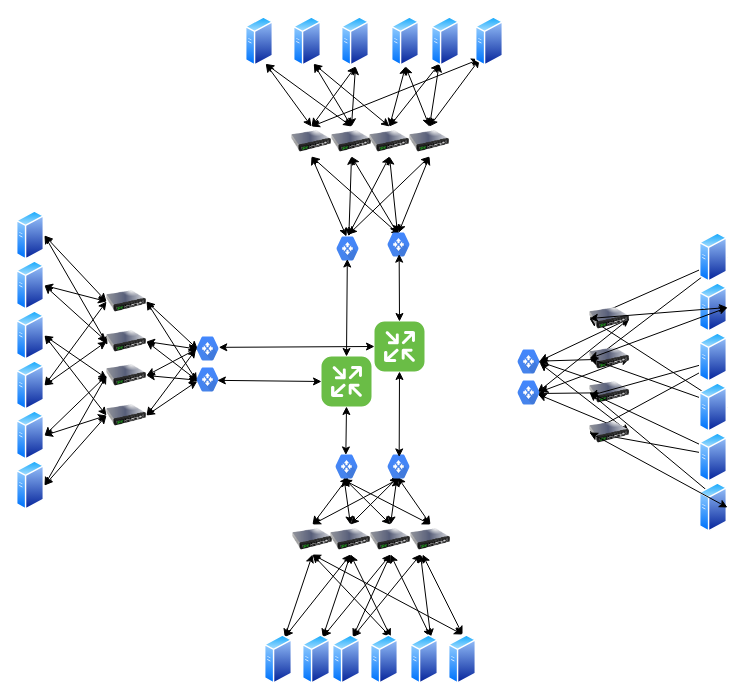
Above: pingmesh-path.drawio in sugchand/drawio (draw.io), before the change. Source tidied: cells renumbered, new cells numbered last; positions are measured from the earlier drawing's top-left corner, leaving out a move shared by most shapes. Both pictures are drawn from the tidied source at 100%, with x=0, y=0 at pixel (16, 16).
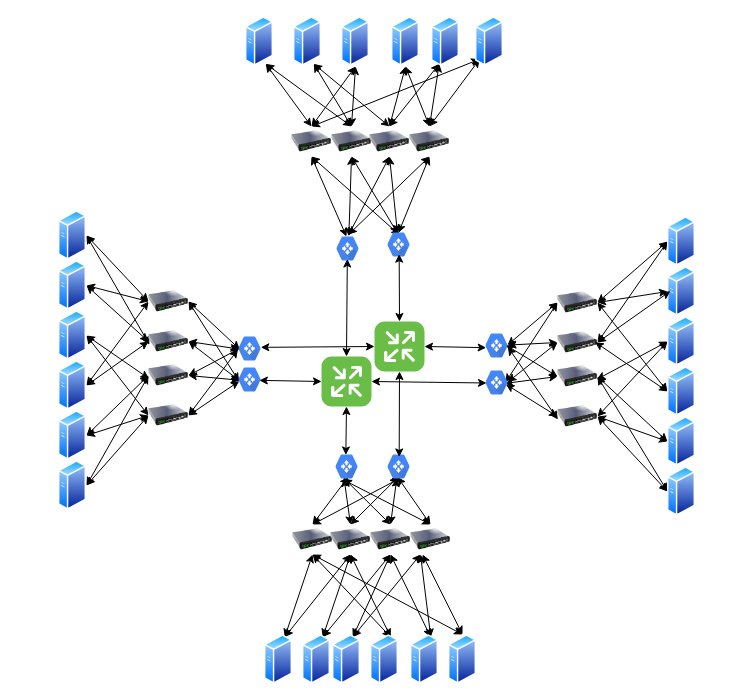
The same diagram, later.

Unchanged cells that the change refers to:
```xml
<mxCell id="92" style="verticalLabelPosition=bottom;html=1;fillColor=#6ABD46;verticalAlign=top;align=center;points=[[0.06,0.06,0],[0.94,0.06,0],[0.94,0.94,0],[0.06,0.94,0],[0.25,0,0],[0.5,0,0],[0.75,0,0],[1,0.25,0],[1,0.5,0],[1,0.75,0],[0.75,1,0],[0.5,1,0],[0.25,1,0],[0,0.75,0],[0,0.5,0],[0,0.25,0]];shape=mxgraph.cisco_safe.architecture.router;" parent="1" vertex="1">
  <mxGeometry x="305" y="340" width="50" height="50" as="geometry" />
</mxCell>
<mxCell id="93" style="verticalLabelPosition=bottom;html=1;fillColor=#6ABD46;verticalAlign=top;align=center;points=[[0.06,0.06,0],[0.94,0.06,0],[0.94,0.94,0],[0.06,0.94,0],[0.25,0,0],[0.5,0,0],[0.75,0,0],[1,0.25,0],[1,0.5,0],[1,0.75,0],[0.75,1,0],[0.5,1,0],[0.25,1,0],[0,0.75,0],[0,0.5,0],[0,0.25,0]];shape=mxgraph.cisco_safe.architecture.router;" parent="1" vertex="1">
  <mxGeometry x="358" y="305" width="50" height="50" as="geometry" />
</mxCell>
```

The edit, as a diff of the source:
```diff
@@
     <mxCell id="4" style="perimeter=ellipsePerimeter;html=1;align=center;shadow=0;dashed=0;spacingTop=3;image;image=img/lib/active_directory/generic_server.svg;" parent="1" vertex="1">
-      <mxGeometry y="194" width="28" height="50" as="geometry" />
+      <mxGeometry x="42" y="194" width="28" height="50" as="geometry" />
     </mxCell>
@@
     <mxCell id="9" style="image;html=1;labelBackgroundColor=#ffffff;image=img/lib/clip_art/networking/Switch_128x128.png;" parent="1" vertex="1">
-      <mxGeometry x="90" y="310" width="40" height="30" as="geometry" />
+      <mxGeometry x="132" y="310" width="40" height="30" as="geometry" />
     </mxCell>
@@
     <mxCell id="12" style="image;html=1;labelBackgroundColor=#ffffff;image=img/lib/clip_art/networking/Switch_128x128.png;" parent="1" vertex="1">
-      <mxGeometry x="90" y="344" width="40" height="30" as="geometry" />
+      <mxGeometry x="132" y="344" width="40" height="30" as="geometry" />
     </mxCell>
@@
     <mxCell id="15" style="perimeter=ellipsePerimeter;html=1;align=center;shadow=0;dashed=0;spacingTop=3;image;image=img/lib/active_directory/generic_server.svg;" parent="1" vertex="1">
-      <mxGeometry y="244" width="28" height="50" as="geometry" />
+      <mxGeometry x="42" y="244" width="28" height="50" as="geometry" />
     </mxCell>
@@
     <mxCell id="18" style="perimeter=ellipsePerimeter;html=1;align=center;shadow=0;dashed=0;spacingTop=3;image;image=img/lib/active_directory/generic_server.svg;" parent="1" vertex="1">
-      <mxGeometry y="294" width="28" height="50" as="geometry" />
+      <mxGeometry x="42" y="294" width="28" height="50" as="geometry" />
     </mxCell>
@@
     <mxCell id="21" style="perimeter=ellipsePerimeter;html=1;align=center;shadow=0;dashed=0;spacingTop=3;image;image=img/lib/active_directory/generic_server.svg;" parent="1" vertex="1">
-      <mxGeometry y="344" width="28" height="50" as="geometry" />
+      <mxGeometry x="42" y="344" width="28" height="50" as="geometry" />
     </mxCell>
@@
     <mxCell id="24" style="perimeter=ellipsePerimeter;html=1;align=center;shadow=0;dashed=0;spacingTop=3;image;image=img/lib/active_directory/generic_server.svg;" parent="1" vertex="1">
-      <mxGeometry y="394" width="28" height="50" as="geometry" />
+      <mxGeometry x="42" y="394" width="28" height="50" as="geometry" />
     </mxCell>
@@
     <mxCell id="26" style="perimeter=ellipsePerimeter;html=1;align=center;shadow=0;dashed=0;spacingTop=3;image;image=img/lib/active_directory/generic_server.svg;" parent="1" vertex="1">
-      <mxGeometry y="444" width="28" height="50" as="geometry" />
+      <mxGeometry x="42" y="444" width="28" height="50" as="geometry" />
     </mxCell>
     <mxCell id="27" style="shape=mxgraph.gcp.networking.cloud_router;html=1;fillColor=#4387FD;gradientColor=#4683EA;strokeColor=none;verticalLabelPosition=bottom;verticalAlign=top;align=center;" parent="1" vertex="1">
-      <mxGeometry x="180" y="351" width="22" height="24" as="geometry" />
+      <mxGeometry x="222" y="351" width="22" height="24" as="geometry" />
     </mxCell>
@@
     <mxCell id="100" style="image;html=1;labelBackgroundColor=#ffffff;image=img/lib/clip_art/networking/Switch_128x128.png;" parent="1" vertex="1">
-      <mxGeometry x="90" y="270" width="40" height="30" as="geometry" />
+      <mxGeometry x="132" y="270" width="40" height="30" as="geometry" />
     </mxCell>
@@
     <mxCell id="102" style="image;html=1;labelBackgroundColor=#ffffff;image=img/lib/clip_art/networking/Switch_128x128.png;" parent="1" vertex="1">
-      <mxGeometry x="90" y="384" width="40" height="30" as="geometry" />
+      <mxGeometry x="132" y="384" width="40" height="30" as="geometry" />
     </mxCell>
@@
     <mxCell id="104" style="shape=mxgraph.gcp.networking.cloud_router;html=1;fillColor=#4387FD;gradientColor=#4683EA;strokeColor=none;verticalLabelPosition=bottom;verticalAlign=top;align=center;" parent="1" vertex="1">
-      <mxGeometry x="180" y="320" width="22" height="24" as="geometry" />
+      <mxGeometry x="222" y="320" width="22" height="24" as="geometry" />
     </mxCell>
@@
-    <mxCell id="106" style="rounded=0;jettySize=auto;html=1;exitX=1;exitY=0.5;exitDx=0;exitDy=0;startArrow=classic;startFill=1;entryX=0;entryY=0.5;entryDx=0;entryDy=0;" parent="1" edge="1" source="108" target="132">
+    <mxCell id="106" style="rounded=0;jettySize=auto;html=1;exitX=0;exitY=0.5;exitDx=0;exitDy=0;startArrow=classic;startFill=1;entryX=1;entryY=0.5;entryDx=0;entryDy=0;" parent="1" edge="1" source="108" target="132">
       <mxGeometry relative="1" as="geometry" />
     </mxCell>
-    <mxCell id="107" style="edgeStyle=none;rounded=0;jettySize=auto;html=1;exitX=1;exitY=0.5;exitDx=0;exitDy=0;entryX=0.025;entryY=0.611;entryDx=0;entryDy=0;startArrow=classic;startFill=1;entryPerimeter=0;" parent="1" edge="1" source="108" target="113">
+    <mxCell id="107" style="edgeStyle=none;rounded=0;jettySize=auto;html=1;exitX=0;exitY=0.5;exitDx=0;exitDy=0;entryX=1;entryY=0.5;entryDx=0;entryDy=0;startArrow=classic;startFill=1;" parent="1" edge="1" source="108" target="113">
       <mxGeometry relative="1" as="geometry" />
     </mxCell>
     <mxCell id="108" style="perimeter=ellipsePerimeter;html=1;align=center;shadow=0;dashed=0;spacingTop=3;image;image=img/lib/active_directory/generic_server.svg;" parent="1" vertex="1">
-      <mxGeometry x="683" y="216" width="28" height="50" as="geometry" />
+      <mxGeometry x="651" y="200" width="28" height="50" as="geometry" />
     </mxCell>
-    <mxCell id="109" style="edgeStyle=none;rounded=0;jettySize=auto;html=1;exitX=1;exitY=0.5;exitDx=0;exitDy=0;entryX=1;entryY=0.483;entryDx=0;entryDy=0;entryPerimeter=0;startArrow=classic;startFill=1;" parent="1" edge="1" source="132" target="136">
+    <mxCell id="109" style="edgeStyle=none;rounded=0;jettySize=auto;html=1;exitX=0;exitY=0.5;exitDx=0;exitDy=0;entryX=1;entryY=0.483;entryDx=0;entryDy=0;entryPerimeter=0;startArrow=classic;startFill=1;" parent="1" edge="1" source="132" target="136">
       <mxGeometry relative="1" as="geometry" />
     </mxCell>
-    <mxCell id="110" style="edgeStyle=none;rounded=0;jettySize=auto;html=1;exitX=1;exitY=0.5;exitDx=0;exitDy=0;entryX=0.909;entryY=0.492;entryDx=0;entryDy=0;entryPerimeter=0;startArrow=classic;startFill=1;" parent="1" edge="1" source="132" target="131">
+    <mxCell id="110" style="edgeStyle=none;rounded=0;jettySize=auto;html=1;exitX=0;exitY=0.5;exitDx=0;exitDy=0;entryX=0.909;entryY=0.492;entryDx=0;entryDy=0;entryPerimeter=0;startArrow=classic;startFill=1;" parent="1" edge="1" source="132" target="131">
       <mxGeometry relative="1" as="geometry" />
     </mxCell>
-    <mxCell id="111" style="edgeStyle=none;rounded=0;jettySize=auto;html=1;exitX=1;exitY=0.5;exitDx=0;exitDy=0;entryX=1.018;entryY=0.483;entryDx=0;entryDy=0;entryPerimeter=0;startArrow=classic;startFill=1;" parent="1" edge="1" source="113" target="136">
+    <mxCell id="111" style="edgeStyle=none;rounded=0;jettySize=auto;html=1;exitX=0;exitY=0.5;exitDx=0;exitDy=0;entryX=1.018;entryY=0.483;entryDx=0;entryDy=0;entryPerimeter=0;startArrow=classic;startFill=1;" parent="1" edge="1" source="113" target="136">
       <mxGeometry relative="1" as="geometry" />
     </mxCell>
-    <mxCell id="112" style="edgeStyle=none;rounded=0;jettySize=auto;html=1;exitX=1;exitY=0.5;exitDx=0;exitDy=0;entryX=1.018;entryY=0.475;entryDx=0;entryDy=0;entryPerimeter=0;startArrow=classic;startFill=1;" parent="1" edge="1" source="113" target="131">
+    <mxCell id="112" style="edgeStyle=none;rounded=0;jettySize=auto;html=1;exitX=0;exitY=0.5;exitDx=0;exitDy=0;entryX=1.018;entryY=0.475;entryDx=0;entryDy=0;entryPerimeter=0;startArrow=classic;startFill=1;" parent="1" edge="1" source="113" target="131">
       <mxGeometry relative="1" as="geometry" />
     </mxCell>
     <mxCell id="113" style="image;html=1;labelBackgroundColor=#ffffff;image=img/lib/clip_art/networking/Switch_128x128.png;" parent="1" vertex="1">
-      <mxGeometry x="573" y="327" width="40" height="30" as="geometry" />
+      <mxGeometry x="541" y="311" width="40" height="30" as="geometry" />
     </mxCell>
-    <mxCell id="114" style="edgeStyle=none;rounded=0;jettySize=auto;html=1;exitX=1;exitY=0.5;exitDx=0;exitDy=0;entryX=0.927;entryY=0.483;entryDx=0;entryDy=0;entryPerimeter=0;startArrow=classic;startFill=1;" parent="1" edge="1" source="116" target="136">
+    <mxCell id="114" style="edgeStyle=none;rounded=0;jettySize=auto;html=1;exitX=0;exitY=0.5;exitDx=0;exitDy=0;entryX=0.927;entryY=0.483;entryDx=0;entryDy=0;entryPerimeter=0;startArrow=classic;startFill=1;" parent="1" edge="1" source="116" target="136">
       <mxGeometry relative="1" as="geometry" />
     </mxCell>
-    <mxCell id="115" style="edgeStyle=none;rounded=0;jettySize=auto;html=1;exitX=1;exitY=0.5;exitDx=0;exitDy=0;entryX=0.873;entryY=0.542;entryDx=0;entryDy=0;entryPerimeter=0;startArrow=classic;startFill=1;" parent="1" edge="1" source="116" target="131">
+    <mxCell id="115" style="edgeStyle=none;rounded=0;jettySize=auto;html=1;exitX=0;exitY=0.5;exitDx=0;exitDy=0;entryX=0.873;entryY=0.542;entryDx=0;entryDy=0;entryPerimeter=0;startArrow=classic;startFill=1;" parent="1" edge="1" source="116" target="131">
       <mxGeometry relative="1" as="geometry" />
     </mxCell>
     <mxCell id="116" style="image;html=1;labelBackgroundColor=#ffffff;image=img/lib/clip_art/networking/Switch_128x128.png;" parent="1" vertex="1">
-      <mxGeometry x="573" y="361" width="40" height="30" as="geometry" />
+      <mxGeometry x="541" y="345" width="40" height="30" as="geometry" />
     </mxCell>
-    <mxCell id="117" style="edgeStyle=none;rounded=0;jettySize=auto;html=1;exitX=1;exitY=0.5;exitDx=0;exitDy=0;entryX=1.018;entryY=0.567;entryDx=0;entryDy=0;entryPerimeter=0;startArrow=classic;startFill=1;" parent="1" edge="1" source="134" target="136">
+    <mxCell id="117" style="edgeStyle=none;rounded=0;jettySize=auto;html=1;exitX=0.01;exitY=0.6;exitDx=0;exitDy=0;entryX=1.018;entryY=0.567;entryDx=0;entryDy=0;entryPerimeter=0;startArrow=classic;startFill=1;exitPerimeter=0;" parent="1" edge="1" source="134" target="136">
       <mxGeometry relative="1" as="geometry" />
     </mxCell>
-    <mxCell id="118" style="edgeStyle=none;rounded=0;jettySize=auto;html=1;exitX=1;exitY=0.5;exitDx=0;exitDy=0;entryX=0.927;entryY=0.575;entryDx=0;entryDy=0;entryPerimeter=0;startArrow=classic;startFill=1;" parent="1" edge="1" source="134" target="131">
+    <mxCell id="118" style="edgeStyle=none;rounded=0;jettySize=auto;html=1;exitX=0;exitY=0.5;exitDx=0;exitDy=0;entryX=0.927;entryY=0.575;entryDx=0;entryDy=0;entryPerimeter=0;startArrow=classic;startFill=1;" parent="1" edge="1" source="134" target="131">
       <mxGeometry relative="1" as="geometry" />
     </mxCell>
     <mxCell id="119" style="perimeter=ellipsePerimeter;html=1;align=center;shadow=0;dashed=0;spacingTop=3;image;image=img/lib/active_directory/generic_server.svg;" parent="1" vertex="1">
-      <mxGeometry x="683" y="266" width="28" height="50" as="geometry" />
+      <mxGeometry x="651" y="250" width="28" height="50" as="geometry" />
     </mxCell>
-    <mxCell id="120" style="edgeStyle=none;rounded=0;jettySize=auto;html=1;exitX=1;exitY=0.5;exitDx=0;exitDy=0;startArrow=classic;startFill=1;entryX=0.013;entryY=0.605;entryDx=0;entryDy=0;entryPerimeter=0;" parent="1" edge="1" source="122" target="116">
+    <mxCell id="120" style="edgeStyle=none;rounded=0;jettySize=auto;html=1;exitX=0;exitY=0.5;exitDx=0;exitDy=0;startArrow=classic;startFill=1;entryX=0.98;entryY=0.6;entryDx=0;entryDy=0;entryPerimeter=0;" parent="1" edge="1" source="122" target="116">
       <mxGeometry relative="1" as="geometry" />
     </mxCell>
-    <mxCell id="121" style="edgeStyle=none;rounded=0;jettySize=auto;html=1;exitX=1;exitY=0.5;exitDx=0;exitDy=0;entryX=0;entryY=0.5;entryDx=0;entryDy=0;startArrow=classic;startFill=1;" parent="1" edge="1" source="122" target="134">
+    <mxCell id="121" style="edgeStyle=none;rounded=0;jettySize=auto;html=1;exitX=0;exitY=0.5;exitDx=0;exitDy=0;entryX=1;entryY=0.5;entryDx=0;entryDy=0;startArrow=classic;startFill=1;" parent="1" edge="1" source="122" target="134">
       <mxGeometry relative="1" as="geometry" />
     </mxCell>
     <mxCell id="122" style="perimeter=ellipsePerimeter;html=1;align=center;shadow=0;dashed=0;spacingTop=3;image;image=img/lib/active_directory/generic_server.svg;" parent="1" vertex="1">
-      <mxGeometry x="683" y="316" width="28" height="50" as="geometry" />
+      <mxGeometry x="651" y="300" width="28" height="50" as="geometry" />
     </mxCell>
-    <mxCell id="123" style="edgeStyle=none;rounded=0;jettySize=auto;html=1;exitX=1;exitY=0.5;exitDx=0;exitDy=0;entryX=0;entryY=0.5;entryDx=0;entryDy=0;startArrow=classic;startFill=1;" parent="1" edge="1" source="125" target="132">
+    <mxCell id="123" style="edgeStyle=none;rounded=0;jettySize=auto;html=1;exitX=0;exitY=0.5;exitDx=0;exitDy=0;entryX=1;entryY=0.5;entryDx=0;entryDy=0;startArrow=classic;startFill=1;" parent="1" edge="1" source="125" target="132">
       <mxGeometry relative="1" as="geometry" />
     </mxCell>
-    <mxCell id="124" style="edgeStyle=none;rounded=0;jettySize=auto;html=1;exitX=1;exitY=0.5;exitDx=0;exitDy=0;entryX=0;entryY=0.5;entryDx=0;entryDy=0;startArrow=classic;startFill=1;" parent="1" edge="1" source="125" target="113">
+    <mxCell id="124" style="edgeStyle=none;rounded=0;jettySize=auto;html=1;exitX=0;exitY=0.5;exitDx=0;exitDy=0;entryX=0.942;entryY=0.489;entryDx=0;entryDy=0;startArrow=classic;startFill=1;entryPerimeter=0;" parent="1" edge="1" source="125" target="113">
       <mxGeometry relative="1" as="geometry" />
     </mxCell>
     <mxCell id="125" style="perimeter=ellipsePerimeter;html=1;align=center;shadow=0;dashed=0;spacingTop=3;image;image=img/lib/active_directory/generic_server.svg;" parent="1" vertex="1">
-      <mxGeometry x="683" y="366" width="28" height="50" as="geometry" />
+      <mxGeometry x="651" y="350" width="28" height="50" as="geometry" />
     </mxCell>
-    <mxCell id="126" style="edgeStyle=none;rounded=0;jettySize=auto;html=1;exitX=1;exitY=0.5;exitDx=0;exitDy=0;entryX=0;entryY=0.5;entryDx=0;entryDy=0;startArrow=classic;startFill=1;" parent="1" edge="1" source="128" target="116">
+    <mxCell id="126" style="edgeStyle=none;rounded=0;jettySize=auto;html=1;exitX=0;exitY=0.5;exitDx=0;exitDy=0;entryX=1;entryY=0.5;entryDx=0;entryDy=0;startArrow=classic;startFill=1;" parent="1" edge="1" source="128" target="116">
       <mxGeometry relative="1" as="geometry" />
     </mxCell>
-    <mxCell id="127" style="edgeStyle=none;rounded=0;jettySize=auto;html=1;exitX=1;exitY=0.5;exitDx=0;exitDy=0;entryX=0;entryY=0.5;entryDx=0;entryDy=0;startArrow=classic;startFill=1;" parent="1" edge="1" source="128" target="134">
+    <mxCell id="127" style="edgeStyle=none;rounded=0;jettySize=auto;html=1;exitX=0;exitY=0.5;exitDx=0;exitDy=0;entryX=1;entryY=0.5;entryDx=0;entryDy=0;startArrow=classic;startFill=1;" parent="1" edge="1" source="128" target="134">
       <mxGeometry relative="1" as="geometry" />
     </mxCell>
     <mxCell id="128" style="perimeter=ellipsePerimeter;html=1;align=center;shadow=0;dashed=0;spacingTop=3;image;image=img/lib/active_directory/generic_server.svg;" parent="1" vertex="1">
-      <mxGeometry x="683" y="416" width="28" height="50" as="geometry" />
+      <mxGeometry x="651" y="400" width="28" height="50" as="geometry" />
     </mxCell>
-    <mxCell id="129" style="edgeStyle=none;rounded=0;jettySize=auto;html=1;exitX=1;exitY=0.5;exitDx=0;exitDy=0;startArrow=classic;startFill=1;entryX=0;entryY=0.5;entryDx=0;entryDy=0;" parent="1" edge="1" source="130" target="116">
+    <mxCell id="129" style="edgeStyle=none;rounded=0;jettySize=auto;html=1;exitX=0;exitY=0.5;exitDx=0;exitDy=0;startArrow=classic;startFill=1;entryX=1;entryY=0.5;entryDx=0;entryDy=0;" parent="1" edge="1" source="130" target="116">
       <mxGeometry relative="1" as="geometry" />
     </mxCell>
     <mxCell id="130" style="perimeter=ellipsePerimeter;html=1;align=center;shadow=0;dashed=0;spacingTop=3;image;image=img/lib/active_directory/generic_server.svg;" parent="1" vertex="1">
-      <mxGeometry x="683" y="466" width="28" height="50" as="geometry" />
+      <mxGeometry x="651" y="450" width="28" height="50" as="geometry" />
     </mxCell>
     <mxCell id="131" style="shape=mxgraph.gcp.networking.cloud_router;html=1;fillColor=#4387FD;gradientColor=#4683EA;strokeColor=none;verticalLabelPosition=bottom;verticalAlign=top;align=center;" parent="1" vertex="1">
-      <mxGeometry x="501" y="364" width="22" height="24" as="geometry" />
+      <mxGeometry x="469" y="354" width="22" height="24" as="geometry" />
     </mxCell>
     <mxCell id="132" style="image;html=1;labelBackgroundColor=#ffffff;image=img/lib/clip_art/networking/Switch_128x128.png;" parent="1" vertex="1">
-      <mxGeometry x="573" y="287" width="40" height="30" as="geometry" />
+      <mxGeometry x="541" y="271" width="40" height="30" as="geometry" />
     </mxCell>
-    <mxCell id="133" style="edgeStyle=none;rounded=0;jettySize=auto;html=1;exitX=1;exitY=0.5;exitDx=0;exitDy=0;entryX=0;entryY=0.5;entryDx=0;entryDy=0;startArrow=classic;startFill=1;" parent="1" edge="1" source="119" target="132">
+    <mxCell id="133" style="edgeStyle=none;rounded=0;jettySize=auto;html=1;exitX=0;exitY=0.5;exitDx=0;exitDy=0;entryX=1;entryY=0.5;entryDx=0;entryDy=0;startArrow=classic;startFill=1;" parent="1" edge="1" source="119" target="132">
       <mxGeometry relative="1" as="geometry" />
     </mxCell>
     <mxCell id="134" style="image;html=1;labelBackgroundColor=#ffffff;image=img/lib/clip_art/networking/Switch_128x128.png;" parent="1" vertex="1">
-      <mxGeometry x="573" y="401" width="40" height="30" as="geometry" />
+      <mxGeometry x="541" y="385" width="40" height="30" as="geometry" />
     </mxCell>
-    <mxCell id="135" style="edgeStyle=none;rounded=0;jettySize=auto;html=1;exitX=1;exitY=0.5;exitDx=0;exitDy=0;startArrow=classic;startFill=1;entryX=0;entryY=0.5;entryDx=0;entryDy=0;" parent="1" edge="1" source="130" target="134">
+    <mxCell id="135" style="edgeStyle=none;rounded=0;jettySize=auto;html=1;exitX=0;exitY=0.5;exitDx=0;exitDy=0;startArrow=classic;startFill=1;entryX=1;entryY=0.5;entryDx=0;entryDy=0;" parent="1" edge="1" source="130" target="134">
       <mxGeometry relative="1" as="geometry" />
     </mxCell>
     <mxCell id="136" style="shape=mxgraph.gcp.networking.cloud_router;html=1;fillColor=#4387FD;gradientColor=#4683EA;strokeColor=none;verticalLabelPosition=bottom;verticalAlign=top;align=center;" parent="1" vertex="1">
-      <mxGeometry x="501" y="333" width="22" height="24" as="geometry" />
+      <mxGeometry x="469" y="317" width="22" height="24" as="geometry" />
     </mxCell>
-    <mxCell id="137" style="edgeStyle=none;rounded=0;jettySize=auto;html=1;exitX=1;exitY=0.5;exitDx=0;exitDy=0;startArrow=classic;startFill=1;entryX=0;entryY=0.5;entryDx=0;entryDy=0;" parent="1" edge="1" source="119" target="113">
+    <mxCell id="137" style="edgeStyle=none;rounded=0;jettySize=auto;html=1;exitX=0.1;exitY=0.492;exitDx=0;exitDy=0;startArrow=classic;startFill=1;entryX=1;entryY=0.5;entryDx=0;entryDy=0;exitPerimeter=0;" parent="1" edge="1" source="119" target="113">
       <mxGeometry relative="1" as="geometry" />
     </mxCell>
+    <mxCell id="138" style="endArrow=classic;startArrow=classic;html=1;entryX=0.03;entryY=0.59;entryDx=0;entryDy=0;entryPerimeter=0;exitX=1;exitY=0.5;exitDx=0;exitDy=0;exitPerimeter=0;" parent="1" edge="1" source="93" target="136">
+      <mxGeometry relative="1" as="geometry" />
+    </mxCell>
+    <mxCell id="139" style="endArrow=classic;startArrow=classic;html=1;entryX=0.045;entryY=0.521;entryDx=0;entryDy=0;entryPerimeter=0;exitX=1;exitY=0.5;exitDx=0;exitDy=0;exitPerimeter=0;" parent="1" edge="1" source="92" target="131">
+      <mxGeometry relative="1" as="geometry" />
+    </mxCell>
```
